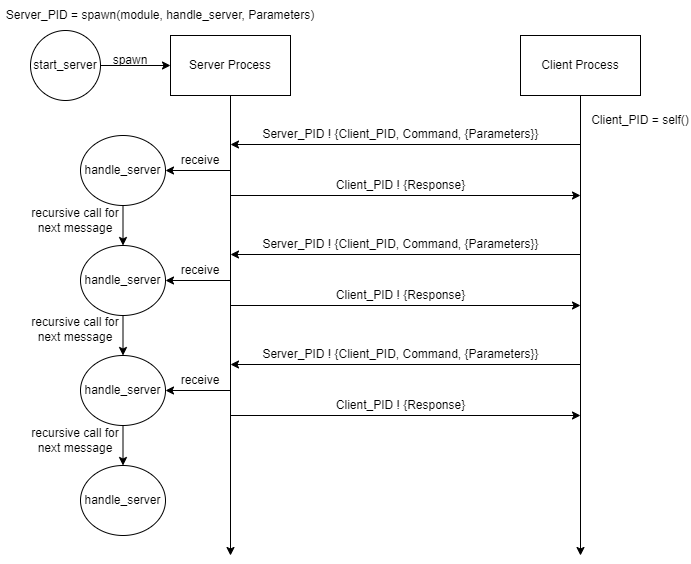
This is docs/images/client_server_erlang.drawio.png from macbeth-byui/cse382-course, a draw.io export, as it was before one commit. Source tidied: cells renumbered, new cells last; positions are measured from the earlier drawing's top-left corner, leaving out a move shared by most shapes.
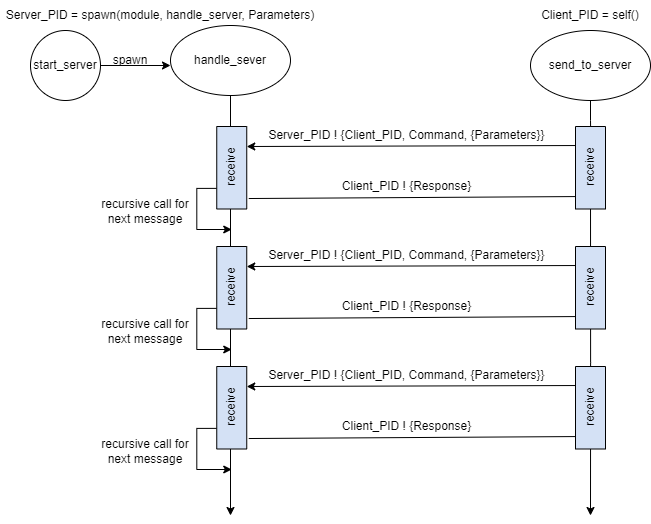
Later version of the same file.

What changed in the source:
```diff
@@ -2,146 +2,149 @@
   <root>
     <mxCell id="0" />
     <mxCell id="1" parent="0" />
-    <mxCell id="2" style="edgeStyle=orthogonalEdgeStyle;rounded=0;jettySize=auto;html=1;" parent="1" edge="1" source="3">
+    <mxCell id="2" style="edgeStyle=orthogonalEdgeStyle;rounded=0;orthogonalLoop=1;jettySize=auto;html=1;" parent="1" edge="1">
       <mxGeometry relative="1" as="geometry">
-        <mxPoint x="230" y="555" as="targetPoint" />
+        <mxPoint x="230" y="95" as="sourcePoint" />
+        <mxPoint x="230" y="515" as="targetPoint" />
       </mxGeometry>
     </mxCell>
-    <mxCell id="3" value="Server Process" style="rounded=0;whiteSpace=wrap;html=1;" parent="1" vertex="1">
-      <mxGeometry x="170" y="35" width="120" height="60" as="geometry" />
-    </mxCell>
-    <mxCell id="4" style="edgeStyle=orthogonalEdgeStyle;rounded=0;jettySize=auto;html=1;exitX=1;exitY=0.5;exitDx=0;exitDy=0;entryX=0;entryY=0.5;entryDx=0;entryDy=0;" parent="1" edge="1" source="5" target="3">
-      <mxGeometry relative="1" as="geometry" />
+    <mxCell id="4" style="edgeStyle=orthogonalEdgeStyle;rounded=0;jettySize=auto;html=1;exitX=1;exitY=0.5;exitDx=0;exitDy=0;entryX=0;entryY=0.5;entryDx=0;entryDy=0;" parent="1" edge="1" source="5">
+      <mxGeometry relative="1" as="geometry">
+        <mxPoint x="170" y="65" as="targetPoint" />
+      </mxGeometry>
     </mxCell>
     <mxCell id="5" value="start_server" style="ellipse;whiteSpace=wrap;html=1;" parent="1" vertex="1">
       <mxGeometry x="30" y="30" width="70" height="70" as="geometry" />
     </mxCell>
-    <mxCell id="6" style="edgeStyle=orthogonalEdgeStyle;rounded=0;jettySize=auto;html=1;exitX=0.5;exitY=1;exitDx=0;exitDy=0;entryX=0.5;entryY=0;entryDx=0;entryDy=0;" parent="1" edge="1" source="7" target="17">
-      <mxGeometry relative="1" as="geometry" />
-    </mxCell>
-    <mxCell id="7" value="handle_server" style="ellipse;whiteSpace=wrap;html=1;" parent="1" vertex="1">
-      <mxGeometry x="80" y="135" width="85" height="70" as="geometry" />
-    </mxCell>
-    <mxCell id="8" style="edgeStyle=orthogonalEdgeStyle;rounded=0;jettySize=auto;html=1;" parent="1" edge="1" source="9">
+    <mxCell id="8" style="edgeStyle=orthogonalEdgeStyle;rounded=0;jettySize=auto;html=1;startArrow=none;" parent="1" edge="1" source="43">
       <mxGeometry relative="1" as="geometry">
-        <mxPoint x="580" y="555" as="targetPoint" />
+        <mxPoint x="590" y="515" as="targetPoint" />
       </mxGeometry>
     </mxCell>
-    <mxCell id="9" value="Client Process" style="rounded=0;whiteSpace=wrap;html=1;" parent="1" vertex="1">
-      <mxGeometry x="520" y="35" width="120" height="60" as="geometry" />
-    </mxCell>
     <mxCell id="10" value="Server_PID ! {Client_PID, Command, {Parameters}}" style="text;html=1;align=center;verticalAlign=middle;strokeColor=none;fillColor=none;" parent="1" vertex="1">
-      <mxGeometry x="255" y="124" width="290" height="20" as="geometry" />
+      <mxGeometry x="261.2" y="125" width="290" height="20" as="geometry" />
     </mxCell>
     <mxCell id="11" style="endArrow=classic;html=1;rounded=0;" parent="1" edge="1">
       <mxGeometry relative="1" as="geometry">
-        <mxPoint x="580" y="144" as="sourcePoint" />
-        <mxPoint x="230" y="144" as="targetPoint" />
+        <mxPoint x="586.2" y="145" as="sourcePoint" />
+        <mxPoint x="246.2" y="146" as="targetPoint" />
       </mxGeometry>
     </mxCell>
-    <mxCell id="12" style="endArrow=classic;html=1;rounded=0;" parent="1" edge="1">
-      <mxGeometry relative="1" as="geometry">
-        <mxPoint x="580" y="254" as="sourcePoint" />
-        <mxPoint x="230" y="254" as="targetPoint" />
-      </mxGeometry>
-    </mxCell>
-    <mxCell id="13" style="endArrow=classic;html=1;rounded=0;" parent="1" edge="1">
-      <mxGeometry relative="1" as="geometry">
-        <mxPoint x="580" y="364" as="sourcePoint" />
-        <mxPoint x="230" y="364" as="targetPoint" />
-      </mxGeometry>
-    </mxCell>
-    <mxCell id="14" value="Server_PID ! {Client_PID, Command, {Parameters}}" style="text;html=1;align=center;verticalAlign=middle;strokeColor=none;fillColor=none;" parent="1" vertex="1">
-      <mxGeometry x="255" y="234" width="290" height="20" as="geometry" />
-    </mxCell>
-    <mxCell id="15" value="Server_PID ! {Client_PID, Command, {Parameters}}" style="text;html=1;align=center;verticalAlign=middle;strokeColor=none;fillColor=none;" parent="1" vertex="1">
-      <mxGeometry x="255" y="344" width="290" height="20" as="geometry" />
-    </mxCell>
-    <mxCell id="16" style="edgeStyle=orthogonalEdgeStyle;rounded=0;jettySize=auto;html=1;exitX=0.5;exitY=1;exitDx=0;exitDy=0;entryX=0.5;entryY=0;entryDx=0;entryDy=0;" parent="1" edge="1" source="17" target="18">
-      <mxGeometry relative="1" as="geometry" />
-    </mxCell>
-    <mxCell id="17" value="handle_server" style="ellipse;whiteSpace=wrap;html=1;" parent="1" vertex="1">
-      <mxGeometry x="80" y="245" width="85" height="70" as="geometry" />
-    </mxCell>
-    <mxCell id="18" value="handle_server" style="ellipse;whiteSpace=wrap;html=1;" parent="1" vertex="1">
-      <mxGeometry x="80" y="355" width="85" height="70" as="geometry" />
-    </mxCell>
-    <mxCell id="19" style="endArrow=classic;html=1;rounded=0;entryX=1;entryY=0.5;entryDx=0;entryDy=0;" parent="1" edge="1" target="7">
-      <mxGeometry relative="1" as="geometry">
-        <mxPoint x="230" y="170" as="sourcePoint" />
-      </mxGeometry>
-    </mxCell>
-    <mxCell id="20" value="receive" style="text;html=1;strokeColor=none;fillColor=none;align=center;verticalAlign=middle;whiteSpace=wrap;rounded=0;" parent="1" vertex="1">
-      <mxGeometry x="170" y="145" width="60" height="30" as="geometry" />
-    </mxCell>
-    <mxCell id="21" style="endArrow=classic;html=1;rounded=0;entryX=1;entryY=0.5;entryDx=0;entryDy=0;" parent="1" edge="1">
-      <mxGeometry relative="1" as="geometry">
-        <mxPoint x="230" y="280" as="sourcePoint" />
-        <mxPoint x="165" y="280" as="targetPoint" />
-      </mxGeometry>
-    </mxCell>
-    <mxCell id="22" value="receive" style="text;html=1;strokeColor=none;fillColor=none;align=center;verticalAlign=middle;whiteSpace=wrap;rounded=0;" parent="1" vertex="1">
-      <mxGeometry x="170" y="255" width="60" height="30" as="geometry" />
-    </mxCell>
-    <mxCell id="23" style="endArrow=classic;html=1;rounded=0;entryX=1;entryY=0.5;entryDx=0;entryDy=0;" parent="1" edge="1">
-      <mxGeometry relative="1" as="geometry">
-        <mxPoint x="230" y="390" as="sourcePoint" />
-        <mxPoint x="165" y="390" as="targetPoint" />
-      </mxGeometry>
-    </mxCell>
-    <mxCell id="24" value="receive" style="text;html=1;strokeColor=none;fillColor=none;align=center;verticalAlign=middle;whiteSpace=wrap;rounded=0;" parent="1" vertex="1">
-      <mxGeometry x="170" y="365" width="60" height="30" as="geometry" />
-    </mxCell>
-    <mxCell id="25" style="endArrow=classic;html=1;rounded=0;" parent="1" edge="1">
+    <mxCell id="25" style="endArrow=classic;html=1;rounded=0;exitX=0.127;exitY=1.067;exitDx=0;exitDy=0;exitPerimeter=0;" parent="1" edge="1" source="42">
       <mxGeometry relative="1" as="geometry">
-        <mxPoint x="230" y="195" as="sourcePoint" />
-        <mxPoint x="580" y="195" as="targetPoint" />
+        <mxPoint x="586.2" y="196" as="targetPoint" />
       </mxGeometry>
     </mxCell>
     <mxCell id="26" value="Client_PID ! {Response}" style="text;html=1;align=center;verticalAlign=middle;strokeColor=none;fillColor=none;" parent="1" vertex="1">
-      <mxGeometry x="330" y="175" width="140" height="20" as="geometry" />
+      <mxGeometry x="336.2" y="176" width="140" height="20" as="geometry" />
     </mxCell>
-    <mxCell id="27" style="endArrow=classic;html=1;rounded=0;" parent="1" edge="1">
-      <mxGeometry relative="1" as="geometry">
-        <mxPoint x="230" y="305" as="sourcePoint" />
-        <mxPoint x="580" y="305" as="targetPoint" />
-      </mxGeometry>
-    </mxCell>
-    <mxCell id="28" value="Client_PID ! {Response}" style="text;html=1;align=center;verticalAlign=middle;strokeColor=none;fillColor=none;" parent="1" vertex="1">
-      <mxGeometry x="330" y="285" width="140" height="20" as="geometry" />
-    </mxCell>
-    <mxCell id="29" style="endArrow=classic;html=1;rounded=0;" parent="1" edge="1">
-      <mxGeometry relative="1" as="geometry">
-        <mxPoint x="230" y="415" as="sourcePoint" />
-        <mxPoint x="580" y="415" as="targetPoint" />
-      </mxGeometry>
-    </mxCell>
-    <mxCell id="30" value="Client_PID ! {Response}" style="text;html=1;align=center;verticalAlign=middle;strokeColor=none;fillColor=none;" parent="1" vertex="1">
-      <mxGeometry x="330" y="395" width="140" height="20" as="geometry" />
-    </mxCell>
-    <mxCell id="31" value="handle_server" style="ellipse;whiteSpace=wrap;html=1;" parent="1" vertex="1">
-      <mxGeometry x="80" y="465" width="85" height="70" as="geometry" />
-    </mxCell>
-    <mxCell id="32" style="edgeStyle=orthogonalEdgeStyle;rounded=0;jettySize=auto;html=1;exitX=0.5;exitY=1;exitDx=0;exitDy=0;entryX=0.5;entryY=0;entryDx=0;entryDy=0;" parent="1" edge="1" source="18" target="31">
-      <mxGeometry relative="1" as="geometry" />
-    </mxCell>
     <mxCell id="33" value="recursive call for next message" style="text;html=1;strokeColor=none;fillColor=none;align=center;verticalAlign=middle;whiteSpace=wrap;rounded=0;" parent="1" vertex="1">
-      <mxGeometry x="30" y="205" width="90" height="30" as="geometry" />
+      <mxGeometry x="100" y="196" width="90" height="30" as="geometry" />
     </mxCell>
-    <mxCell id="34" value="recursive call for next message" style="text;html=1;strokeColor=none;fillColor=none;align=center;verticalAlign=middle;whiteSpace=wrap;rounded=0;" parent="1" vertex="1">
-      <mxGeometry x="30" y="314" width="90" height="30" as="geometry" />
-    </mxCell>
-    <mxCell id="35" value="recursive call for next message" style="text;html=1;strokeColor=none;fillColor=none;align=center;verticalAlign=middle;whiteSpace=wrap;rounded=0;" parent="1" vertex="1">
-      <mxGeometry x="30" y="425" width="90" height="30" as="geometry" />
-    </mxCell>
     <mxCell id="36" value="spawn" style="text;html=1;strokeColor=none;fillColor=none;align=center;verticalAlign=middle;whiteSpace=wrap;rounded=0;" parent="1" vertex="1">
       <mxGeometry x="100" y="45" width="60" height="30" as="geometry" />
     </mxCell>
     <mxCell id="37" value="Client_PID = self()" style="text;html=1;strokeColor=none;fillColor=none;align=center;verticalAlign=middle;whiteSpace=wrap;rounded=0;" parent="1" vertex="1">
-      <mxGeometry x="590" y="105" width="100" height="30" as="geometry" />
+      <mxGeometry x="540" width="100" height="30" as="geometry" />
     </mxCell>
     <mxCell id="38" value="Server_PID = spawn(module, handle_server, Parameters)" style="text;html=1;strokeColor=none;fillColor=none;align=center;verticalAlign=middle;whiteSpace=wrap;rounded=0;" parent="1" vertex="1">
       <mxGeometry width="320" height="30" as="geometry" />
     </mxCell>
+    <mxCell id="39" value="send_to_server" style="ellipse;whiteSpace=wrap;html=1;" parent="1" vertex="1">
+      <mxGeometry x="530" y="30" width="120" height="70" as="geometry" />
+    </mxCell>
+    <mxCell id="40" value="handle_sever" style="ellipse;whiteSpace=wrap;html=1;" parent="1" vertex="1">
+      <mxGeometry x="170" y="25" width="120" height="70" as="geometry" />
+    </mxCell>
+    <mxCell id="41" style="edgeStyle=orthogonalEdgeStyle;rounded=0;jettySize=auto;html=1;exitX=0.25;exitY=0;exitDx=0;exitDy=0;startArrow=none;startFill=0;endArrow=classic;endFill=1;" parent="1" edge="1" source="42">
+      <mxGeometry relative="1" as="geometry">
+        <mxPoint x="231.2" y="229" as="targetPoint" />
+        <Array as="points">
+          <mxPoint x="196.2" y="188" />
+          <mxPoint x="196.2" y="229" />
+        </Array>
+      </mxGeometry>
+    </mxCell>
+    <mxCell id="42" value="receive" style="text;html=1;strokeColor=default;fillColor=#D4E1F5;align=center;verticalAlign=middle;whiteSpace=wrap;rounded=0;rotation=-90;" parent="1" vertex="1">
+      <mxGeometry x="190" y="152.2" width="82.5" height="30" as="geometry" />
+    </mxCell>
+    <mxCell id="43" value="receive" style="text;html=1;strokeColor=default;fillColor=#D4E1F5;align=center;verticalAlign=middle;whiteSpace=wrap;rounded=0;rotation=-90;" parent="1" vertex="1">
+      <mxGeometry x="548.8" y="152.2" width="82.5" height="30" as="geometry" />
+    </mxCell>
+    <mxCell id="44" style="edgeStyle=orthogonalEdgeStyle;rounded=0;jettySize=auto;html=1;endArrow=none;" parent="1" edge="1" target="43">
+      <mxGeometry relative="1" as="geometry">
+        <mxPoint x="590" y="100" as="sourcePoint" />
+      </mxGeometry>
+    </mxCell>
+    <mxCell id="45" value="Server_PID ! {Client_PID, Command, {Parameters}}" style="text;html=1;align=center;verticalAlign=middle;strokeColor=none;fillColor=none;" parent="1" vertex="1">
+      <mxGeometry x="261.2" y="245" width="290" height="20" as="geometry" />
+    </mxCell>
+    <mxCell id="46" style="endArrow=classic;html=1;rounded=0;" parent="1" edge="1">
+      <mxGeometry relative="1" as="geometry">
+        <mxPoint x="586.2" y="265" as="sourcePoint" />
+        <mxPoint x="246.2" y="266" as="targetPoint" />
+      </mxGeometry>
+    </mxCell>
+    <mxCell id="47" style="endArrow=classic;html=1;rounded=0;exitX=0.127;exitY=1.067;exitDx=0;exitDy=0;exitPerimeter=0;" parent="1" edge="1" source="51">
+      <mxGeometry relative="1" as="geometry">
+        <mxPoint x="586.2" y="316" as="targetPoint" />
+      </mxGeometry>
+    </mxCell>
+    <mxCell id="48" value="Client_PID ! {Response}" style="text;html=1;align=center;verticalAlign=middle;strokeColor=none;fillColor=none;" parent="1" vertex="1">
+      <mxGeometry x="336.2" y="296" width="140" height="20" as="geometry" />
+    </mxCell>
+    <mxCell id="49" value="recursive call for next message" style="text;html=1;strokeColor=none;fillColor=none;align=center;verticalAlign=middle;whiteSpace=wrap;rounded=0;" parent="1" vertex="1">
+      <mxGeometry x="100" y="316" width="90" height="30" as="geometry" />
+    </mxCell>
+    <mxCell id="50" style="edgeStyle=orthogonalEdgeStyle;rounded=0;jettySize=auto;html=1;exitX=0.25;exitY=0;exitDx=0;exitDy=0;startArrow=none;startFill=0;endArrow=classic;endFill=1;" parent="1" edge="1" source="51">
+      <mxGeometry relative="1" as="geometry">
+        <mxPoint x="231.2" y="349" as="targetPoint" />
+        <Array as="points">
+          <mxPoint x="196.2" y="308" />
+          <mxPoint x="196.2" y="349" />
+        </Array>
+      </mxGeometry>
+    </mxCell>
+    <mxCell id="51" value="receive" style="text;html=1;strokeColor=default;fillColor=#D4E1F5;align=center;verticalAlign=middle;whiteSpace=wrap;rounded=0;rotation=-90;" parent="1" vertex="1">
+      <mxGeometry x="190" y="272.2" width="82.5" height="30" as="geometry" />
+    </mxCell>
+    <mxCell id="52" value="receive" style="text;html=1;strokeColor=default;fillColor=#D4E1F5;align=center;verticalAlign=middle;whiteSpace=wrap;rounded=0;rotation=-90;" parent="1" vertex="1">
+      <mxGeometry x="548.8" y="272.2" width="82.5" height="30" as="geometry" />
+    </mxCell>
+    <mxCell id="53" value="Server_PID ! {Client_PID, Command, {Parameters}}" style="text;html=1;align=center;verticalAlign=middle;strokeColor=none;fillColor=none;" parent="1" vertex="1">
+      <mxGeometry x="261.2" y="365" width="290" height="20" as="geometry" />
+    </mxCell>
+    <mxCell id="54" style="endArrow=classic;html=1;rounded=0;" parent="1" edge="1">
+      <mxGeometry relative="1" as="geometry">
+        <mxPoint x="586.2" y="385" as="sourcePoint" />
+        <mxPoint x="246.2" y="386" as="targetPoint" />
+      </mxGeometry>
+    </mxCell>
+    <mxCell id="55" style="endArrow=classic;html=1;rounded=0;exitX=0.127;exitY=1.067;exitDx=0;exitDy=0;exitPerimeter=0;" parent="1" edge="1" source="59">
+      <mxGeometry relative="1" as="geometry">
+        <mxPoint x="586.2" y="436" as="targetPoint" />
+      </mxGeometry>
+    </mxCell>
+    <mxCell id="56" value="Client_PID ! {Response}" style="text;html=1;align=center;verticalAlign=middle;strokeColor=none;fillColor=none;" parent="1" vertex="1">
+      <mxGeometry x="336.2" y="416" width="140" height="20" as="geometry" />
+    </mxCell>
+    <mxCell id="57" value="recursive call for next message" style="text;html=1;strokeColor=none;fillColor=none;align=center;verticalAlign=middle;whiteSpace=wrap;rounded=0;" parent="1" vertex="1">
+      <mxGeometry x="100" y="436" width="90" height="30" as="geometry" />
+    </mxCell>
+    <mxCell id="58" style="edgeStyle=orthogonalEdgeStyle;rounded=0;jettySize=auto;html=1;exitX=0.25;exitY=0;exitDx=0;exitDy=0;startArrow=none;startFill=0;endArrow=classic;endFill=1;" parent="1" edge="1" source="59">
+      <mxGeometry relative="1" as="geometry">
+        <mxPoint x="231.2" y="469" as="targetPoint" />
+        <Array as="points">
+          <mxPoint x="196.2" y="428" />
+          <mxPoint x="196.2" y="469" />
+        </Array>
+      </mxGeometry>
+    </mxCell>
+    <mxCell id="59" value="receive" style="text;html=1;strokeColor=default;fillColor=#D4E1F5;align=center;verticalAlign=middle;whiteSpace=wrap;rounded=0;rotation=-90;" parent="1" vertex="1">
+      <mxGeometry x="190" y="392.2" width="82.5" height="30" as="geometry" />
+    </mxCell>
+    <mxCell id="60" value="receive" style="text;html=1;strokeColor=default;fillColor=#D4E1F5;align=center;verticalAlign=middle;whiteSpace=wrap;rounded=0;rotation=-90;" parent="1" vertex="1">
+      <mxGeometry x="548.8" y="392.2" width="82.5" height="30" as="geometry" />
+    </mxCell>
   </root>
 </mxGraphModel>
```
